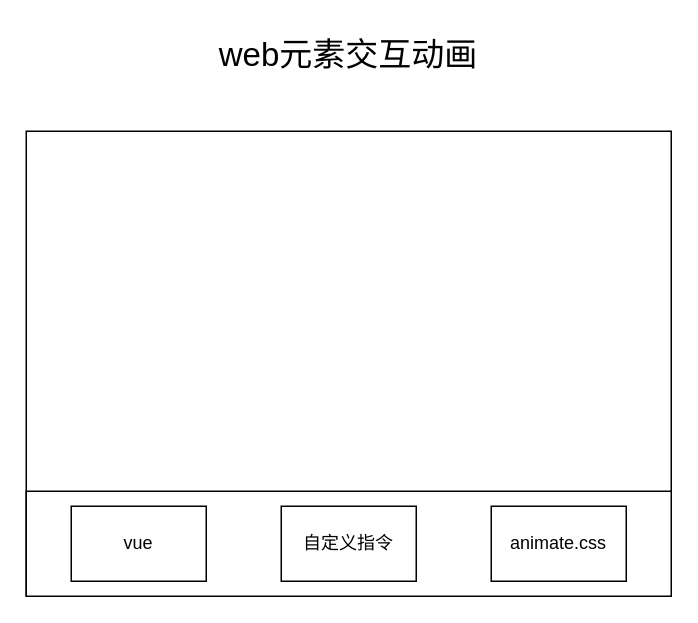
meterXu/drawiofile keeps this draw.io diagram as animate.drawio. Above is the earlier version. Source tidied: cells renumbered, new cells numbered last; positions are measured from the earlier drawing's top-left corner, leaving out a move shared by most shapes. Both pictures are drawn from the tidied source at 150%, with x=0, y=0 at pixel (26, 26).
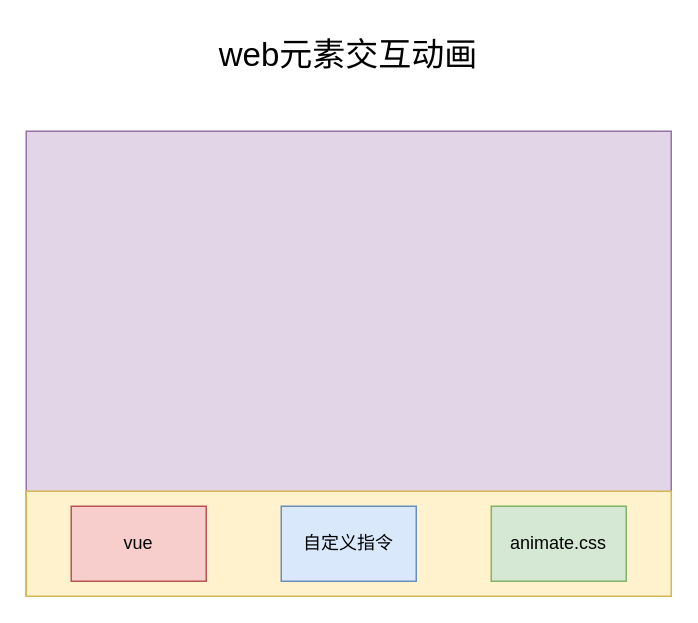
The same diagram, later.

Diff of the diagram source:
```diff
@@
 <mxGraphModel>
   <root>
     <mxCell id="0" />
     <mxCell id="1" parent="0" />
-    <mxCell id="2" style="rounded=0;whiteSpace=wrap;html=1;" parent="1" vertex="1">
+    <mxCell id="2" style="rounded=0;whiteSpace=wrap;html=1;fillColor=#e1d5e7;strokeColor=#9673a6;" parent="1" vertex="1">
       <mxGeometry y="70" width="430" height="310" as="geometry" />
     </mxCell>
-    <mxCell id="3" style="rounded=0;whiteSpace=wrap;html=1;" parent="1" vertex="1">
+    <mxCell id="3" style="rounded=0;whiteSpace=wrap;html=1;fillColor=#fff2cc;strokeColor=#d6b656;" parent="1" vertex="1">
       <mxGeometry y="310" width="430" height="70" as="geometry" />
     </mxCell>
-    <mxCell id="4" value="自定义指令" style="rounded=0;whiteSpace=wrap;html=1;" parent="1" vertex="1">
+    <mxCell id="4" value="自定义指令" style="rounded=0;whiteSpace=wrap;html=1;fillColor=#dae8fc;strokeColor=#6c8ebf;" parent="1" vertex="1">
       <mxGeometry x="170" y="320" width="90" height="50" as="geometry" />
     </mxCell>
-    <mxCell id="5" value="vue" style="rounded=0;whiteSpace=wrap;html=1;" parent="1" vertex="1">
+    <mxCell id="5" value="vue" style="rounded=0;whiteSpace=wrap;html=1;fillColor=#f8cecc;strokeColor=#b85450;" parent="1" vertex="1">
       <mxGeometry x="30" y="320" width="90" height="50" as="geometry" />
     </mxCell>
-    <mxCell id="6" value="animate.css" style="rounded=0;whiteSpace=wrap;html=1;" parent="1" vertex="1">
+    <mxCell id="6" value="animate.css" style="rounded=0;whiteSpace=wrap;html=1;fillColor=#d5e8d4;strokeColor=#82b366;" parent="1" vertex="1">
       <mxGeometry x="310" y="320" width="90" height="50" as="geometry" />
     </mxCell>
     <mxCell id="7" value="&lt;font style=&quot;font-size: 22px&quot;&gt;web元素交互动画&lt;/font&gt;" style="text;html=1;strokeColor=none;fillColor=none;align=center;verticalAlign=middle;whiteSpace=wrap;rounded=0;" parent="1" vertex="1">
       <mxGeometry x="110" width="210" height="40" as="geometry" />
     </mxCell>
   </root>
 </mxGraphModel>
```
